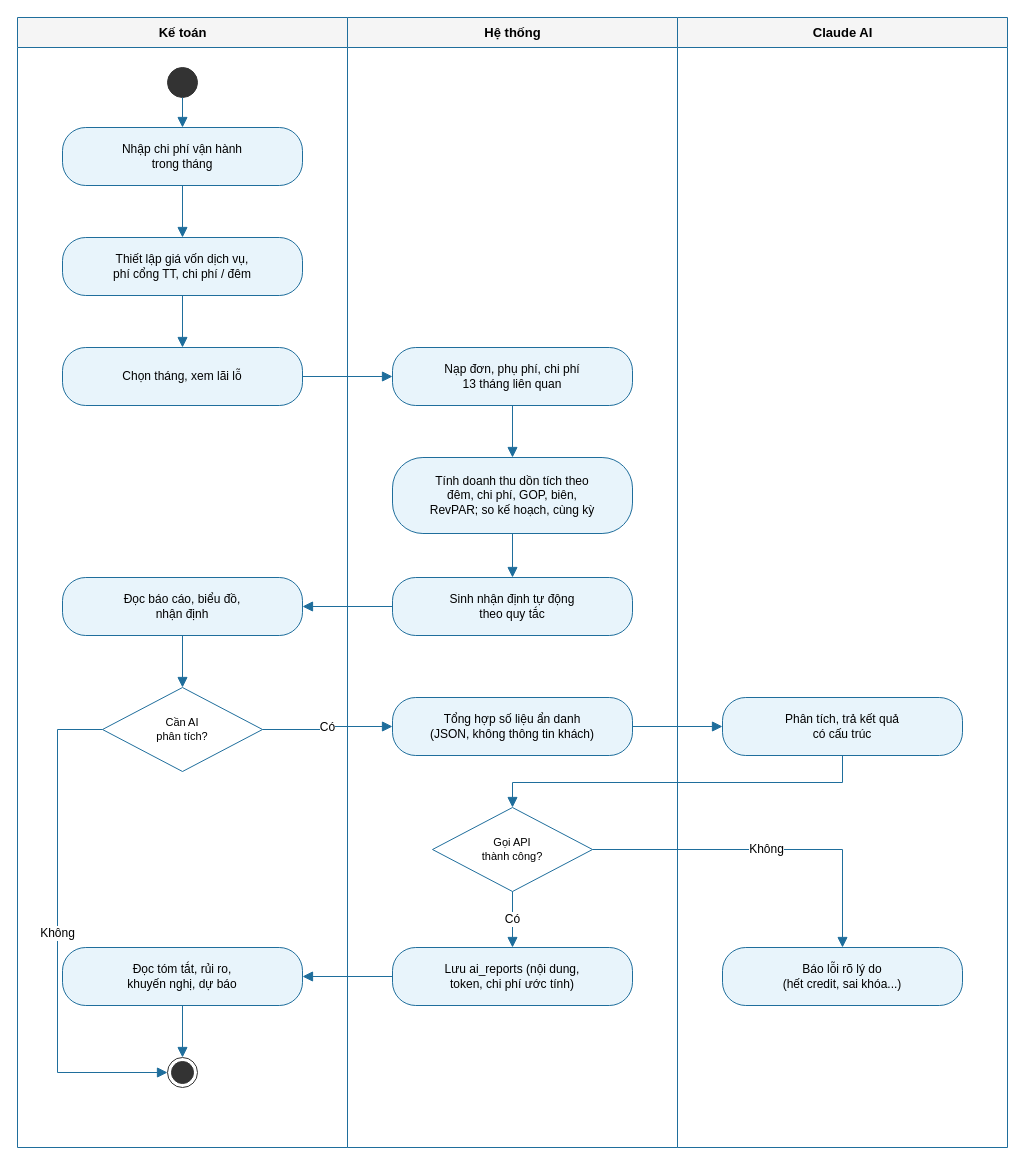
Earlier version of the draw.io diagram docs/thiet-ke/hd-lai-lo-ai.drawio (ngynquchn2511/beach-hotel). Source tidied: cells renumbered, new cells numbered last; positions are measured from the earlier drawing's top-left corner, leaving out a move shared by most shapes. Both pictures are drawn from the tidied source at 100%, with x=0, y=0 at pixel (17, 17).
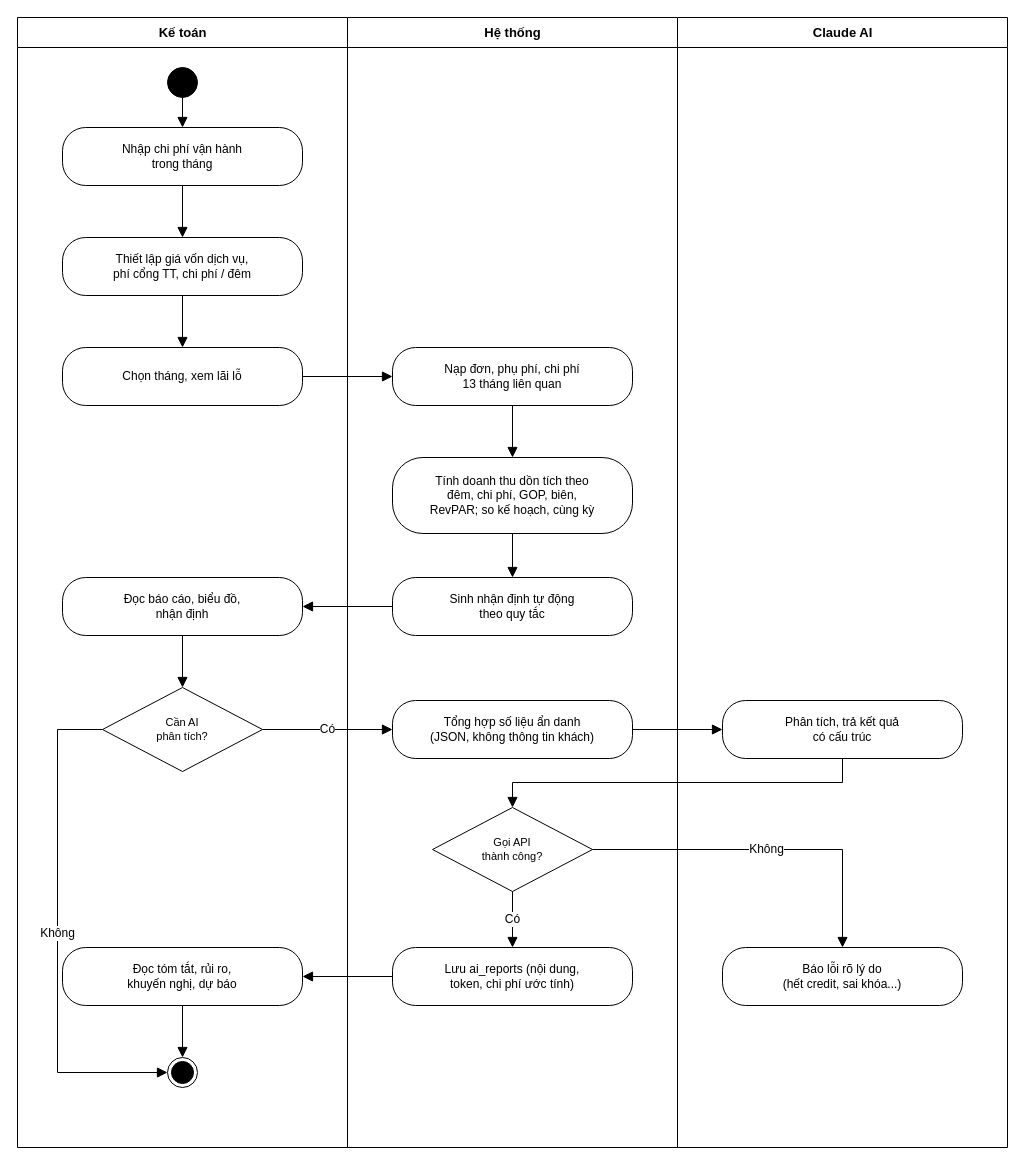
After the change.

Diff of the diagram source:
```diff
@@
-    <mxCell id="2" value="Kế toán" style="swimlane;horizontal=1;startSize=30;html=1;fillColor=#F5F5F5;strokeColor=#1F6E9C;fontSize=13;fontStyle=1;swimlaneFillColor=#FFFFFF;" parent="1" vertex="1">
+    <mxCell id="2" value="Kế toán" style="swimlane;horizontal=1;startSize=30;html=1;fillColor=#FFFFFF;strokeColor=#000000;fontSize=13;fontStyle=1;swimlaneFillColor=#FFFFFF;" parent="1" vertex="1">
       <mxGeometry width="330" height="1130" as="geometry" />
     </mxCell>
-    <mxCell id="3" value="Hệ thống" style="swimlane;horizontal=1;startSize=30;html=1;fillColor=#F5F5F5;strokeColor=#1F6E9C;fontSize=13;fontStyle=1;swimlaneFillColor=#FFFFFF;" parent="1" vertex="1">
+    <mxCell id="3" value="Hệ thống" style="swimlane;horizontal=1;startSize=30;html=1;fillColor=#FFFFFF;strokeColor=#000000;fontSize=13;fontStyle=1;swimlaneFillColor=#FFFFFF;" parent="1" vertex="1">
       <mxGeometry x="330" width="330" height="1130" as="geometry" />
     </mxCell>
-    <mxCell id="4" value="Claude AI" style="swimlane;horizontal=1;startSize=30;html=1;fillColor=#F5F5F5;strokeColor=#1F6E9C;fontSize=13;fontStyle=1;swimlaneFillColor=#FFFFFF;" parent="1" vertex="1">
+    <mxCell id="4" value="Claude AI" style="swimlane;horizontal=1;startSize=30;html=1;fillColor=#FFFFFF;strokeColor=#000000;fontSize=13;fontStyle=1;swimlaneFillColor=#FFFFFF;" parent="1" vertex="1">
       <mxGeometry x="660" width="330" height="1130" as="geometry" />
     </mxCell>
-    <mxCell id="5" style="ellipse;html=1;fillColor=#333333;strokeColor=#333333;" parent="1" vertex="1">
+    <mxCell id="5" style="ellipse;html=1;fillColor=#000000;strokeColor=#000000;" parent="1" vertex="1">
       <mxGeometry x="150" y="50" width="30" height="30" as="geometry" />
     </mxCell>
-    <mxCell id="6" value="Nhập chi phí vận hành&lt;br&gt;trong tháng" style="rounded=1;whiteSpace=wrap;html=1;arcSize=40;fillColor=#E8F4FB;strokeColor=#1F6E9C;fontSize=12;" parent="1" vertex="1">
+    <mxCell id="6" value="Nhập chi phí vận hành&lt;br&gt;trong tháng" style="rounded=1;whiteSpace=wrap;html=1;arcSize=40;fillColor=#FFFFFF;strokeColor=#000000;fontSize=12;" parent="1" vertex="1">
       <mxGeometry x="45" y="110" width="240" height="58" as="geometry" />
     </mxCell>
-    <mxCell id="7" value="Thiết lập giá vốn dịch vụ,&lt;br&gt;phí cổng TT, chi phí / đêm" style="rounded=1;whiteSpace=wrap;html=1;arcSize=40;fillColor=#E8F4FB;strokeColor=#1F6E9C;fontSize=12;" parent="1" vertex="1">
+    <mxCell id="7" value="Thiết lập giá vốn dịch vụ,&lt;br&gt;phí cổng TT, chi phí / đêm" style="rounded=1;whiteSpace=wrap;html=1;arcSize=40;fillColor=#FFFFFF;strokeColor=#000000;fontSize=12;" parent="1" vertex="1">
       <mxGeometry x="45" y="220" width="240" height="58" as="geometry" />
     </mxCell>
-    <mxCell id="8" value="Chọn tháng, xem lãi lỗ" style="rounded=1;whiteSpace=wrap;html=1;arcSize=40;fillColor=#E8F4FB;strokeColor=#1F6E9C;fontSize=12;" parent="1" vertex="1">
+    <mxCell id="8" value="Chọn tháng, xem lãi lỗ" style="rounded=1;whiteSpace=wrap;html=1;arcSize=40;fillColor=#FFFFFF;strokeColor=#000000;fontSize=12;" parent="1" vertex="1">
       <mxGeometry x="45" y="330" width="240" height="58" as="geometry" />
     </mxCell>
-    <mxCell id="9" value="Nạp đơn, phụ phí, chi phí&lt;br&gt;13 tháng liên quan" style="rounded=1;whiteSpace=wrap;html=1;arcSize=40;fillColor=#E8F4FB;strokeColor=#1F6E9C;fontSize=12;" parent="1" vertex="1">
+    <mxCell id="9" value="Nạp đơn, phụ phí, chi phí&lt;br&gt;13 tháng liên quan" style="rounded=1;whiteSpace=wrap;html=1;arcSize=40;fillColor=#FFFFFF;strokeColor=#000000;fontSize=12;" parent="1" vertex="1">
       <mxGeometry x="375" y="330" width="240" height="58" as="geometry" />
     </mxCell>
-    <mxCell id="10" value="Tính doanh thu dồn tích theo&lt;br&gt;đêm, chi phí, GOP, biên,&lt;br&gt;RevPAR; so kế hoạch, cùng kỳ" style="rounded=1;whiteSpace=wrap;html=1;arcSize=40;fillColor=#E8F4FB;strokeColor=#1F6E9C;fontSize=12;" parent="1" vertex="1">
+    <mxCell id="10" value="Tính doanh thu dồn tích theo&lt;br&gt;đêm, chi phí, GOP, biên,&lt;br&gt;RevPAR; so kế hoạch, cùng kỳ" style="rounded=1;whiteSpace=wrap;html=1;arcSize=40;fillColor=#FFFFFF;strokeColor=#000000;fontSize=12;" parent="1" vertex="1">
       <mxGeometry x="375" y="440" width="240" height="76" as="geometry" />
     </mxCell>
-    <mxCell id="11" value="Sinh nhận định tự động&lt;br&gt;theo quy tắc" style="rounded=1;whiteSpace=wrap;html=1;arcSize=40;fillColor=#E8F4FB;strokeColor=#1F6E9C;fontSize=12;" parent="1" vertex="1">
+    <mxCell id="11" value="Sinh nhận định tự động&lt;br&gt;theo quy tắc" style="rounded=1;whiteSpace=wrap;html=1;arcSize=40;fillColor=#FFFFFF;strokeColor=#000000;fontSize=12;" parent="1" vertex="1">
       <mxGeometry x="375" y="560" width="240" height="58" as="geometry" />
     </mxCell>
-    <mxCell id="12" value="Đọc báo cáo, biểu đồ,&lt;br&gt;nhận định" style="rounded=1;whiteSpace=wrap;html=1;arcSize=40;fillColor=#E8F4FB;strokeColor=#1F6E9C;fontSize=12;" parent="1" vertex="1">
+    <mxCell id="12" value="Đọc báo cáo, biểu đồ,&lt;br&gt;nhận định" style="rounded=1;whiteSpace=wrap;html=1;arcSize=40;fillColor=#FFFFFF;strokeColor=#000000;fontSize=12;" parent="1" vertex="1">
       <mxGeometry x="45" y="560" width="240" height="58" as="geometry" />
     </mxCell>
-    <mxCell id="13" value="Cần AI&lt;br&gt;phân tích?" style="rhombus;whiteSpace=wrap;html=1;fillColor=#FFFFFF;strokeColor=#1F6E9C;fontSize=11;" parent="1" vertex="1">
+    <mxCell id="13" value="Cần AI&lt;br&gt;phân tích?" style="rhombus;whiteSpace=wrap;html=1;fillColor=#FFFFFF;strokeColor=#000000;fontSize=11;" parent="1" vertex="1">
       <mxGeometry x="85" y="670" width="160" height="84" as="geometry" />
     </mxCell>
-    <mxCell id="14" value="Tổng hợp số liệu ẩn danh&lt;br&gt;(JSON, không thông tin khách)" style="rounded=1;whiteSpace=wrap;html=1;arcSize=40;fillColor=#E8F4FB;strokeColor=#1F6E9C;fontSize=12;" parent="1" vertex="1">
-      <mxGeometry x="375" y="680" width="240" height="58" as="geometry" />
+    <mxCell id="14" value="Tổng hợp số liệu ẩn danh&lt;br&gt;(JSON, không thông tin khách)" style="rounded=1;whiteSpace=wrap;html=1;arcSize=40;fillColor=#FFFFFF;strokeColor=#000000;fontSize=12;" parent="1" vertex="1">
+      <mxGeometry x="375" y="683" width="240" height="58" as="geometry" />
     </mxCell>
-    <mxCell id="15" value="Phân tích, trả kết quả&lt;br&gt;có cấu trúc" style="rounded=1;whiteSpace=wrap;html=1;arcSize=40;fillColor=#E8F4FB;strokeColor=#1F6E9C;fontSize=12;" parent="1" vertex="1">
-      <mxGeometry x="705" y="680" width="240" height="58" as="geometry" />
+    <mxCell id="15" value="Phân tích, trả kết quả&lt;br&gt;có cấu trúc" style="rounded=1;whiteSpace=wrap;html=1;arcSize=40;fillColor=#FFFFFF;strokeColor=#000000;fontSize=12;" parent="1" vertex="1">
+      <mxGeometry x="705" y="683" width="240" height="58" as="geometry" />
     </mxCell>
-    <mxCell id="16" value="Gọi API&lt;br&gt;thành công?" style="rhombus;whiteSpace=wrap;html=1;fillColor=#FFFFFF;strokeColor=#1F6E9C;fontSize=11;" parent="1" vertex="1">
+    <mxCell id="16" value="Gọi API&lt;br&gt;thành công?" style="rhombus;whiteSpace=wrap;html=1;fillColor=#FFFFFF;strokeColor=#000000;fontSize=11;" parent="1" vertex="1">
       <mxGeometry x="415" y="790" width="160" height="84" as="geometry" />
     </mxCell>
-    <mxCell id="17" value="Lưu ai_reports (nội dung,&lt;br&gt;token, chi phí ước tính)" style="rounded=1;whiteSpace=wrap;html=1;arcSize=40;fillColor=#E8F4FB;strokeColor=#1F6E9C;fontSize=12;" parent="1" vertex="1">
+    <mxCell id="17" value="Lưu ai_reports (nội dung,&lt;br&gt;token, chi phí ước tính)" style="rounded=1;whiteSpace=wrap;html=1;arcSize=40;fillColor=#FFFFFF;strokeColor=#000000;fontSize=12;" parent="1" vertex="1">
       <mxGeometry x="375" y="930" width="240" height="58" as="geometry" />
     </mxCell>
-    <mxCell id="18" value="Đọc tóm tắt, rủi ro,&lt;br&gt;khuyến nghị, dự báo" style="rounded=1;whiteSpace=wrap;html=1;arcSize=40;fillColor=#E8F4FB;strokeColor=#1F6E9C;fontSize=12;" parent="1" vertex="1">
+    <mxCell id="18" value="Đọc tóm tắt, rủi ro,&lt;br&gt;khuyến nghị, dự báo" style="rounded=1;whiteSpace=wrap;html=1;arcSize=40;fillColor=#FFFFFF;strokeColor=#000000;fontSize=12;" parent="1" vertex="1">
       <mxGeometry x="45" y="930" width="240" height="58" as="geometry" />
     </mxCell>
-    <mxCell id="19" value="Báo lỗi rõ lý do&lt;br&gt;(hết credit, sai khóa...)" style="rounded=1;whiteSpace=wrap;html=1;arcSize=40;fillColor=#E8F4FB;strokeColor=#1F6E9C;fontSize=12;" parent="1" vertex="1">
+    <mxCell id="19" value="Báo lỗi rõ lý do&lt;br&gt;(hết credit, sai khóa...)" style="rounded=1;whiteSpace=wrap;html=1;arcSize=40;fillColor=#FFFFFF;strokeColor=#000000;fontSize=12;" parent="1" vertex="1">
       <mxGeometry x="705" y="930" width="240" height="58" as="geometry" />
     </mxCell>
-    <mxCell id="20" style="ellipse;html=1;shape=endState;fillColor=#333333;strokeColor=#333333;" parent="1" vertex="1">
+    <mxCell id="20" style="ellipse;html=1;shape=endState;fillColor=#000000;strokeColor=#000000;" parent="1" vertex="1">
       <mxGeometry x="150" y="1040" width="30" height="30" as="geometry" />
     </mxCell>
-    <mxCell id="21" style="edgeStyle=orthogonalEdgeStyle;rounded=0;html=1;endArrow=block;endFill=1;endSize=8;strokeColor=#1F6E9C;fontSize=12;labelBackgroundColor=#FFFFFF;" parent="1" edge="1" source="5" target="6">
+    <mxCell id="21" style="edgeStyle=orthogonalEdgeStyle;rounded=0;html=1;endArrow=block;endFill=1;endSize=8;strokeColor=#000000;fontSize=12;labelBackgroundColor=#FFFFFF;" parent="1" edge="1" source="5" target="6">
       <mxGeometry relative="1" as="geometry" />
     </mxCell>
-    <mxCell id="22" style="edgeStyle=orthogonalEdgeStyle;rounded=0;html=1;endArrow=block;endFill=1;endSize=8;strokeColor=#1F6E9C;fontSize=12;labelBackgroundColor=#FFFFFF;" parent="1" edge="1" source="6" target="7">
+    <mxCell id="22" style="edgeStyle=orthogonalEdgeStyle;rounded=0;html=1;endArrow=block;endFill=1;endSize=8;strokeColor=#000000;fontSize=12;labelBackgroundColor=#FFFFFF;" parent="1" edge="1" source="6" target="7">
       <mxGeometry relative="1" as="geometry" />
     </mxCell>
-    <mxCell id="23" style="edgeStyle=orthogonalEdgeStyle;rounded=0;html=1;endArrow=block;endFill=1;endSize=8;strokeColor=#1F6E9C;fontSize=12;labelBackgroundColor=#FFFFFF;" parent="1" edge="1" source="7" target="8">
+    <mxCell id="23" style="edgeStyle=orthogonalEdgeStyle;rounded=0;html=1;endArrow=block;endFill=1;endSize=8;strokeColor=#000000;fontSize=12;labelBackgroundColor=#FFFFFF;" parent="1" edge="1" source="7" target="8">
       <mxGeometry relative="1" as="geometry" />
     </mxCell>
-    <mxCell id="24" style="edgeStyle=orthogonalEdgeStyle;rounded=0;html=1;endArrow=block;endFill=1;endSize=8;strokeColor=#1F6E9C;fontSize=12;labelBackgroundColor=#FFFFFF;" parent="1" edge="1" source="9" target="10">
+    <mxCell id="24" style="edgeStyle=orthogonalEdgeStyle;rounded=0;html=1;endArrow=block;endFill=1;endSize=8;strokeColor=#000000;fontSize=12;labelBackgroundColor=#FFFFFF;" parent="1" edge="1" source="9" target="10">
       <mxGeometry relative="1" as="geometry" />
     </mxCell>
-    <mxCell id="25" style="edgeStyle=orthogonalEdgeStyle;rounded=0;html=1;endArrow=block;endFill=1;endSize=8;strokeColor=#1F6E9C;fontSize=12;labelBackgroundColor=#FFFFFF;" parent="1" edge="1" source="10" target="11">
+    <mxCell id="25" style="edgeStyle=orthogonalEdgeStyle;rounded=0;html=1;endArrow=block;endFill=1;endSize=8;strokeColor=#000000;fontSize=12;labelBackgroundColor=#FFFFFF;" parent="1" edge="1" source="10" target="11">
       <mxGeometry relative="1" as="geometry" />
     </mxCell>
-    <mxCell id="26" style="edgeStyle=orthogonalEdgeStyle;rounded=0;html=1;endArrow=block;endFill=1;endSize=8;strokeColor=#1F6E9C;fontSize=12;labelBackgroundColor=#FFFFFF;" parent="1" edge="1" source="12" target="13">
+    <mxCell id="26" style="edgeStyle=orthogonalEdgeStyle;rounded=0;html=1;endArrow=block;endFill=1;endSize=8;strokeColor=#000000;fontSize=12;labelBackgroundColor=#FFFFFF;" parent="1" edge="1" source="12" target="13">
       <mxGeometry relative="1" as="geometry" />
     </mxCell>
-    <mxCell id="27" style="edgeStyle=orthogonalEdgeStyle;rounded=0;html=1;endArrow=block;endFill=1;endSize=8;strokeColor=#1F6E9C;fontSize=12;labelBackgroundColor=#FFFFFF;" parent="1" edge="1" source="18" target="20">
+    <mxCell id="27" style="edgeStyle=orthogonalEdgeStyle;rounded=0;html=1;endArrow=block;endFill=1;endSize=8;strokeColor=#000000;fontSize=12;labelBackgroundColor=#FFFFFF;" parent="1" edge="1" source="18" target="20">
       <mxGeometry relative="1" as="geometry" />
     </mxCell>
-    <mxCell id="28" style="edgeStyle=orthogonalEdgeStyle;rounded=0;html=1;endArrow=block;endFill=1;endSize=8;strokeColor=#1F6E9C;fontSize=12;labelBackgroundColor=#FFFFFF;exitX=1;exitY=0.5;exitDx=0;exitDy=0;entryX=0;entryY=0.5;entryDx=0;entryDy=0;" parent="1" edge="1" source="8" target="9">
+    <mxCell id="28" style="edgeStyle=orthogonalEdgeStyle;rounded=0;html=1;endArrow=block;endFill=1;endSize=8;strokeColor=#000000;fontSize=12;labelBackgroundColor=#FFFFFF;exitX=1;exitY=0.5;exitDx=0;exitDy=0;entryX=0;entryY=0.5;entryDx=0;entryDy=0;" parent="1" edge="1" source="8" target="9">
       <mxGeometry relative="1" as="geometry" />
     </mxCell>
-    <mxCell id="29" style="edgeStyle=orthogonalEdgeStyle;rounded=0;html=1;endArrow=block;endFill=1;endSize=8;strokeColor=#1F6E9C;fontSize=12;labelBackgroundColor=#FFFFFF;exitX=0;exitY=0.5;exitDx=0;exitDy=0;entryX=1;entryY=0.5;entryDx=0;entryDy=0;" parent="1" edge="1" source="11" target="12">
+    <mxCell id="29" style="edgeStyle=orthogonalEdgeStyle;rounded=0;html=1;endArrow=block;endFill=1;endSize=8;strokeColor=#000000;fontSize=12;labelBackgroundColor=#FFFFFF;exitX=0;exitY=0.5;exitDx=0;exitDy=0;entryX=1;entryY=0.5;entryDx=0;entryDy=0;" parent="1" edge="1" source="11" target="12">
       <mxGeometry relative="1" as="geometry" />
     </mxCell>
-    <mxCell id="30" value="Không" style="edgeStyle=orthogonalEdgeStyle;rounded=0;html=1;endArrow=block;endFill=1;endSize=8;strokeColor=#1F6E9C;fontSize=12;labelBackgroundColor=#FFFFFF;exitX=0;exitY=0.5;exitDx=0;exitDy=0;entryX=0;entryY=0.5;entryDx=0;entryDy=0;" parent="1" edge="1" source="13" target="20">
+    <mxCell id="30" value="Không" style="edgeStyle=orthogonalEdgeStyle;rounded=0;html=1;endArrow=block;endFill=1;endSize=8;strokeColor=#000000;fontSize=12;labelBackgroundColor=#FFFFFF;exitX=0;exitY=0.5;exitDx=0;exitDy=0;entryX=0;entryY=0.5;entryDx=0;entryDy=0;" parent="1" edge="1" source="13" target="20">
       <mxGeometry relative="1" as="geometry">
         <Array as="points">
           <mxPoint x="40" y="712" />
           <mxPoint x="40" y="1055" />
         </Array>
       </mxGeometry>
     </mxCell>
-    <mxCell id="31" value="Có" style="edgeStyle=orthogonalEdgeStyle;rounded=0;html=1;endArrow=block;endFill=1;endSize=8;strokeColor=#1F6E9C;fontSize=12;labelBackgroundColor=#FFFFFF;" parent="1" edge="1" source="13" target="14">
+    <mxCell id="31" value="Có" style="edgeStyle=orthogonalEdgeStyle;rounded=0;html=1;endArrow=block;endFill=1;endSize=8;strokeColor=#000000;fontSize=12;labelBackgroundColor=#FFFFFF;" parent="1" edge="1" source="13" target="14">
       <mxGeometry relative="1" as="geometry" />
     </mxCell>
-    <mxCell id="32" style="edgeStyle=orthogonalEdgeStyle;rounded=0;html=1;endArrow=block;endFill=1;endSize=8;strokeColor=#1F6E9C;fontSize=12;labelBackgroundColor=#FFFFFF;" parent="1" edge="1" source="14" target="15">
+    <mxCell id="32" style="edgeStyle=orthogonalEdgeStyle;rounded=0;html=1;endArrow=block;endFill=1;endSize=8;strokeColor=#000000;fontSize=12;labelBackgroundColor=#FFFFFF;" parent="1" edge="1" source="14" target="15">
       <mxGeometry relative="1" as="geometry" />
     </mxCell>
-    <mxCell id="33" style="edgeStyle=orthogonalEdgeStyle;rounded=0;html=1;endArrow=block;endFill=1;endSize=8;strokeColor=#1F6E9C;fontSize=12;labelBackgroundColor=#FFFFFF;exitX=0.5;exitY=1;exitDx=0;exitDy=0;entryX=0.5;entryY=0;entryDx=0;entryDy=0;" parent="1" edge="1" source="15" target="16">
+    <mxCell id="33" style="edgeStyle=orthogonalEdgeStyle;rounded=0;html=1;endArrow=block;endFill=1;endSize=8;strokeColor=#000000;fontSize=12;labelBackgroundColor=#FFFFFF;exitX=0.5;exitY=1;exitDx=0;exitDy=0;entryX=0.5;entryY=0;entryDx=0;entryDy=0;" parent="1" edge="1" source="15" target="16">
       <mxGeometry relative="1" as="geometry">
         <Array as="points">
           <mxPoint x="825" y="765" />
           <mxPoint x="495" y="765" />
         </Array>
       </mxGeometry>
     </mxCell>
-    <mxCell id="34" value="Có" style="edgeStyle=orthogonalEdgeStyle;rounded=0;html=1;endArrow=block;endFill=1;endSize=8;strokeColor=#1F6E9C;fontSize=12;labelBackgroundColor=#FFFFFF;" parent="1" edge="1" source="16" target="17">
+    <mxCell id="34" value="Có" style="edgeStyle=orthogonalEdgeStyle;rounded=0;html=1;endArrow=block;endFill=1;endSize=8;strokeColor=#000000;fontSize=12;labelBackgroundColor=#FFFFFF;" parent="1" edge="1" source="16" target="17">
       <mxGeometry relative="1" as="geometry" />
     </mxCell>
-    <mxCell id="35" value="Không" style="edgeStyle=orthogonalEdgeStyle;rounded=0;html=1;endArrow=block;endFill=1;endSize=8;strokeColor=#1F6E9C;fontSize=12;labelBackgroundColor=#FFFFFF;exitX=1;exitY=0.5;exitDx=0;exitDy=0;entryX=0.5;entryY=0;entryDx=0;entryDy=0;" parent="1" edge="1" source="16" target="19">
+    <mxCell id="35" value="Không" style="edgeStyle=orthogonalEdgeStyle;rounded=0;html=1;endArrow=block;endFill=1;endSize=8;strokeColor=#000000;fontSize=12;labelBackgroundColor=#FFFFFF;exitX=1;exitY=0.5;exitDx=0;exitDy=0;entryX=0.5;entryY=0;entryDx=0;entryDy=0;" parent="1" edge="1" source="16" target="19">
       <mxGeometry relative="1" as="geometry" />
     </mxCell>
-    <mxCell id="36" style="edgeStyle=orthogonalEdgeStyle;rounded=0;html=1;endArrow=block;endFill=1;endSize=8;strokeColor=#1F6E9C;fontSize=12;labelBackgroundColor=#FFFFFF;" parent="1" edge="1" source="17" target="18">
+    <mxCell id="36" style="edgeStyle=orthogonalEdgeStyle;rounded=0;html=1;endArrow=block;endFill=1;endSize=8;strokeColor=#000000;fontSize=12;labelBackgroundColor=#FFFFFF;" parent="1" edge="1" source="17" target="18">
       <mxGeometry relative="1" as="geometry" />
     </mxCell>
```
